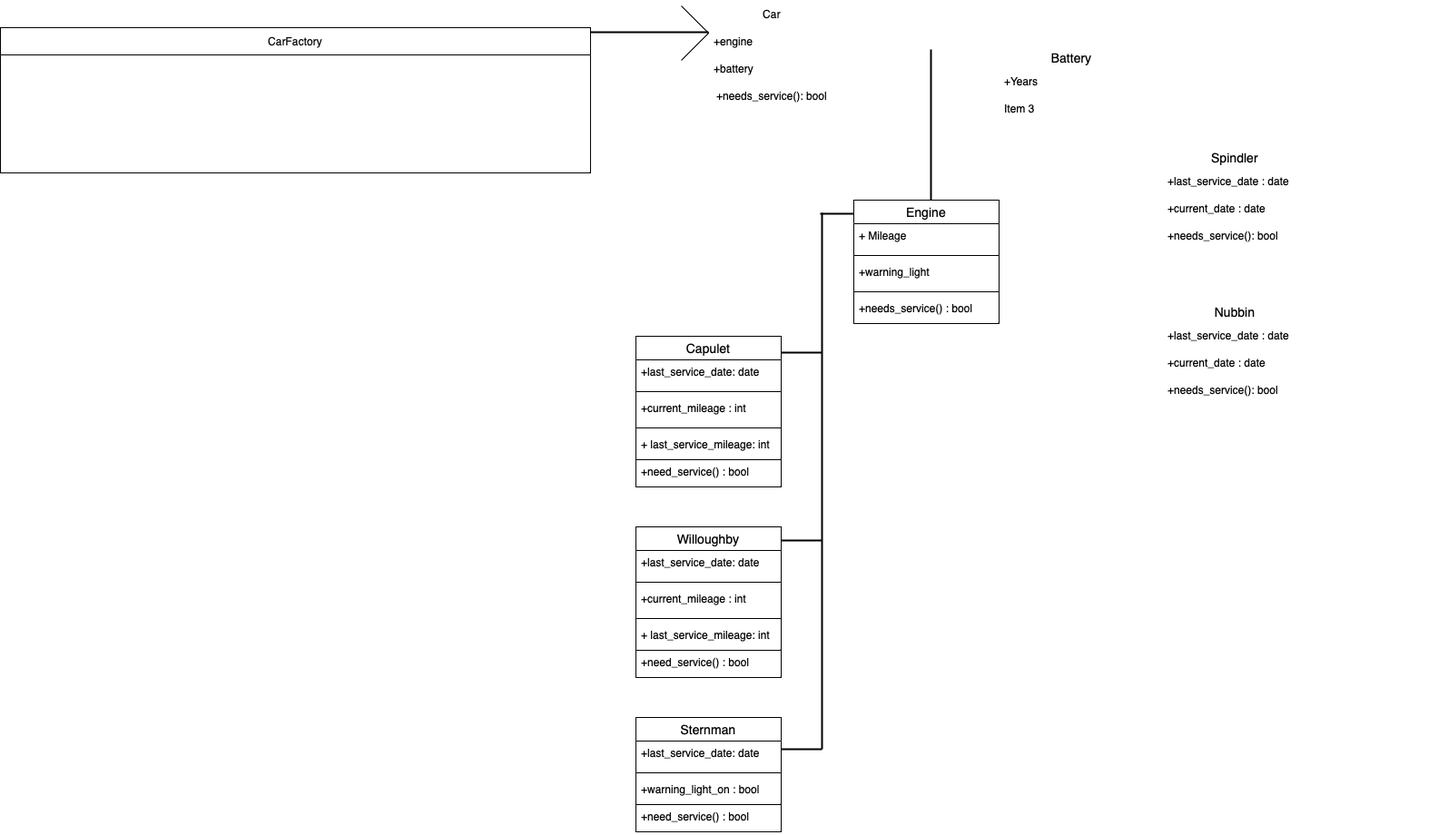
The draw.io diagram car.png in Raman-Lamba/forage-lyft-starter-repo-mycopy, before a commit. Source tidied: cells renumbered, new cells last; positions are measured from the earlier drawing's top-left corner, leaving out a move shared by most shapes.
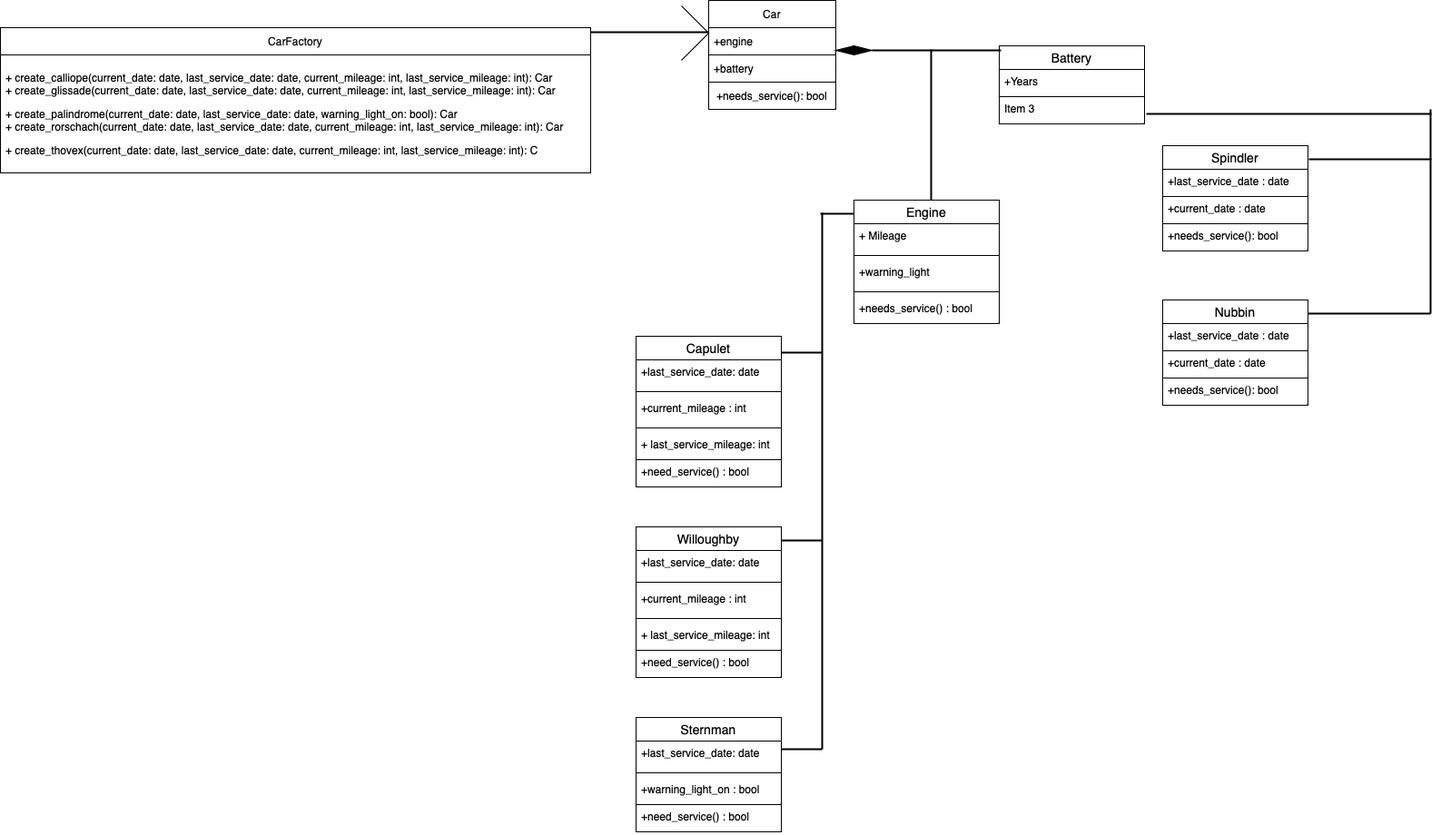
After the commit.

What changed in the source:
```diff
@@ -2,82 +2,82 @@
   <root>
     <mxCell id="0" />
     <mxCell id="1" parent="0" />
-    <mxCell id="2" value="Car" style="swimlane;fontStyle=0;horizontal=1;startSize=30;whiteSpace=wrap;html=1;labelBackgroundColor=none;strokeColor=#FFFFFF;" parent="1" vertex="1">
+    <mxCell id="2" value="Car" style="swimlane;fontStyle=0;horizontal=1;startSize=30;whiteSpace=wrap;html=1;labelBackgroundColor=none;strokeColor=#000000;swimlaneFillColor=none;" parent="1" vertex="1">
       <mxGeometry x="780" width="140" height="90" as="geometry" />
     </mxCell>
-    <mxCell id="3" value="+engine" style="text;fillColor=none;align=left;verticalAlign=middle;spacingLeft=4;spacingRight=4;overflow=hidden;whiteSpace=wrap;html=1;labelBackgroundColor=none;strokeColor=#FFFFFF;" parent="2" vertex="1">
+    <mxCell id="3" value="+engine" style="text;fillColor=none;align=left;verticalAlign=middle;spacingLeft=4;spacingRight=4;overflow=hidden;whiteSpace=wrap;html=1;labelBackgroundColor=none;strokeColor=#000000;swimlaneFillColor=none;" parent="2" vertex="1">
       <mxGeometry y="30" width="140" height="30" as="geometry" />
     </mxCell>
-    <mxCell id="4" value="+battery" style="text;fillColor=none;align=left;verticalAlign=middle;spacingLeft=4;spacingRight=4;overflow=hidden;whiteSpace=wrap;html=1;labelBackgroundColor=none;strokeColor=#FFFFFF;" parent="2" vertex="1">
+    <mxCell id="4" value="+battery" style="text;fillColor=none;align=left;verticalAlign=middle;spacingLeft=4;spacingRight=4;overflow=hidden;whiteSpace=wrap;html=1;labelBackgroundColor=none;strokeColor=#000000;swimlaneFillColor=none;" parent="2" vertex="1">
       <mxGeometry y="60" width="140" height="30" as="geometry" />
     </mxCell>
-    <mxCell id="5" value="+needs_service(): bool" style="rounded=0;whiteSpace=wrap;html=1;labelBackgroundColor=none;strokeColor=#FFFFFF;" parent="1" vertex="1">
+    <mxCell id="5" value="+needs_service(): bool" style="rounded=0;whiteSpace=wrap;html=1;labelBackgroundColor=none;strokeColor=#000000;swimlaneFillColor=none;" parent="1" vertex="1">
       <mxGeometry x="780" y="90" width="140" height="30" as="geometry" />
     </mxCell>
-    <mxCell id="6" style="rhombus;whiteSpace=wrap;html=1;labelBackgroundColor=none;strokeColor=#FFFFFF;" parent="1" vertex="1">
+    <mxCell id="6" style="rhombus;whiteSpace=wrap;html=1;labelBackgroundColor=none;strokeColor=#000000;fillColor=#000000;" parent="1" vertex="1">
       <mxGeometry x="920" y="50" width="40" height="10" as="geometry" />
     </mxCell>
-    <mxCell id="7" value="Battery" style="swimlane;fontStyle=0;horizontal=1;startSize=26;align=center;fontSize=14;labelBackgroundColor=none;strokeColor=#FFFFFF;" parent="1" vertex="1">
+    <mxCell id="7" value="Battery" style="swimlane;fontStyle=0;horizontal=1;startSize=26;align=center;fontSize=14;labelBackgroundColor=none;strokeColor=#000000;" parent="1" vertex="1">
       <mxGeometry x="1100" y="50" width="160" height="86" as="geometry" />
     </mxCell>
-    <mxCell id="8" value="+Years" style="text;fillColor=none;spacingLeft=4;spacingRight=4;overflow=hidden;fontSize=12;whiteSpace=wrap;html=1;labelBackgroundColor=none;strokeColor=#FFFFFF;" parent="7" vertex="1">
+    <mxCell id="8" value="+Years" style="text;fillColor=none;spacingLeft=4;spacingRight=4;overflow=hidden;fontSize=12;whiteSpace=wrap;html=1;labelBackgroundColor=none;strokeColor=#000000;" parent="7" vertex="1">
       <mxGeometry y="26" width="160" height="30" as="geometry" />
     </mxCell>
     <mxCell id="9" style="shape=crossbar;whiteSpace=wrap;html=1;rounded=1;labelBackgroundColor=none;strokeColor=default;fillColor=default;" parent="7" vertex="1">
       <mxGeometry y="56" width="160" as="geometry" />
     </mxCell>
-    <mxCell id="10" value="Item 3" style="text;fillColor=none;spacingLeft=4;spacingRight=4;overflow=hidden;fontSize=12;whiteSpace=wrap;html=1;labelBackgroundColor=none;strokeColor=#FFFFFF;" parent="7" vertex="1">
+    <mxCell id="10" value="Item 3" style="text;fillColor=none;spacingLeft=4;spacingRight=4;overflow=hidden;fontSize=12;whiteSpace=wrap;html=1;labelBackgroundColor=none;strokeColor=#000000;" parent="7" vertex="1">
       <mxGeometry y="56" width="160" height="30" as="geometry" />
     </mxCell>
-    <mxCell id="11" value="Spindler" style="swimlane;fontStyle=0;horizontal=1;startSize=26;align=center;fontSize=14;labelBackgroundColor=none;strokeColor=#FFFFFF;" parent="1" vertex="1">
+    <mxCell id="11" value="Spindler" style="swimlane;fontStyle=0;horizontal=1;startSize=26;align=center;fontSize=14;labelBackgroundColor=none;strokeColor=#000000;" parent="1" vertex="1">
       <mxGeometry x="1280" y="160" width="160" height="116" as="geometry" />
     </mxCell>
-    <mxCell id="12" value="+last_service_date : date" style="text;fillColor=none;spacingLeft=4;spacingRight=4;overflow=hidden;fontSize=12;whiteSpace=wrap;html=1;labelBackgroundColor=none;strokeColor=#FFFFFF;" parent="11" vertex="1">
+    <mxCell id="12" value="+last_service_date : date" style="text;fillColor=none;spacingLeft=4;spacingRight=4;overflow=hidden;fontSize=12;whiteSpace=wrap;html=1;labelBackgroundColor=none;strokeColor=#000000;" parent="11" vertex="1">
       <mxGeometry y="26" width="160" height="30" as="geometry" />
     </mxCell>
-    <mxCell id="13" value="+current_date : date" style="text;fillColor=none;spacingLeft=4;spacingRight=4;overflow=hidden;fontSize=12;whiteSpace=wrap;html=1;labelBackgroundColor=none;strokeColor=#FFFFFF;" parent="11" vertex="1">
+    <mxCell id="13" value="+current_date : date" style="text;fillColor=none;spacingLeft=4;spacingRight=4;overflow=hidden;fontSize=12;whiteSpace=wrap;html=1;labelBackgroundColor=none;strokeColor=#000000;" parent="11" vertex="1">
       <mxGeometry y="56" width="160" height="30" as="geometry" />
     </mxCell>
     <mxCell id="14" style="shape=crossbar;whiteSpace=wrap;html=1;rounded=1;labelBackgroundColor=none;strokeColor=#FFFFFF;" parent="11" vertex="1">
       <mxGeometry y="86" width="160" as="geometry" />
     </mxCell>
-    <mxCell id="15" value="+needs_service(): bool" style="text;fillColor=none;spacingLeft=4;spacingRight=4;overflow=hidden;fontSize=12;whiteSpace=wrap;html=1;labelBackgroundColor=none;strokeColor=#FFFFFF;" parent="11" vertex="1">
+    <mxCell id="15" value="+needs_service(): bool" style="text;fillColor=none;spacingLeft=4;spacingRight=4;overflow=hidden;fontSize=12;whiteSpace=wrap;html=1;labelBackgroundColor=none;strokeColor=#000000;" parent="11" vertex="1">
       <mxGeometry y="86" width="160" height="30" as="geometry" />
     </mxCell>
     <mxCell id="16" style="edgeStyle=orthogonalEdgeStyle;rounded=0;orthogonalLoop=1;jettySize=auto;html=1;exitX=0;exitY=0.5;exitDx=0;exitDy=0;exitPerimeter=0;entryX=0;entryY=0.5;entryDx=0;entryDy=0;entryPerimeter=0;labelBackgroundColor=none;fontColor=default;strokeColor=#FFFFFF;" parent="1" edge="1" source="17" target="17">
       <mxGeometry relative="1" as="geometry" />
     </mxCell>
-    <mxCell id="17" style="line;strokeWidth=2;direction=south;html=1;labelBackgroundColor=none;strokeColor=#FFFFFF;" parent="1" vertex="1">
+    <mxCell id="17" style="line;strokeWidth=2;direction=south;html=1;labelBackgroundColor=none;strokeColor=#000000;" parent="1" vertex="1">
       <mxGeometry x="1570" y="120" width="10" height="225" as="geometry" />
     </mxCell>
-    <mxCell id="18" style="line;strokeWidth=2;html=1;labelBackgroundColor=none;strokeColor=#FFFFFF;" parent="1" vertex="1">
+    <mxCell id="18" style="line;strokeWidth=2;html=1;labelBackgroundColor=none;strokeColor=#000000;" parent="1" vertex="1">
       <mxGeometry x="1441" y="170" width="135" height="10" as="geometry" />
     </mxCell>
-    <mxCell id="19" style="line;strokeWidth=2;html=1;labelBackgroundColor=none;strokeColor=#FFFFFF;" parent="1" vertex="1">
+    <mxCell id="19" style="line;strokeWidth=2;html=1;labelBackgroundColor=none;strokeColor=#000000;" parent="1" vertex="1">
       <mxGeometry x="1440" y="340" width="135" height="10" as="geometry" />
     </mxCell>
-    <mxCell id="20" style="line;strokeWidth=2;html=1;labelBackgroundColor=none;strokeColor=#FFFFFF;" parent="1" vertex="1">
+    <mxCell id="20" style="line;strokeWidth=2;html=1;labelBackgroundColor=none;strokeColor=#000000;" parent="1" vertex="1">
       <mxGeometry x="960" y="50" width="142" height="10" as="geometry" />
     </mxCell>
-    <mxCell id="21" style="line;strokeWidth=2;html=1;labelBackgroundColor=none;strokeColor=#FFFFFF;" parent="1" vertex="1">
+    <mxCell id="21" style="line;strokeWidth=2;html=1;labelBackgroundColor=none;strokeColor=#000000;" parent="1" vertex="1">
       <mxGeometry x="1262" y="120" width="314" height="10" as="geometry" />
     </mxCell>
-    <mxCell id="22" value="Nubbin" style="swimlane;fontStyle=0;horizontal=1;startSize=26;align=center;fontSize=14;labelBackgroundColor=none;strokeColor=#FFFFFF;" parent="1" vertex="1">
+    <mxCell id="22" value="Nubbin" style="swimlane;fontStyle=0;horizontal=1;startSize=26;align=center;fontSize=14;labelBackgroundColor=none;strokeColor=#000000;" parent="1" vertex="1">
       <mxGeometry x="1280" y="330" width="160" height="116" as="geometry" />
     </mxCell>
-    <mxCell id="23" value="+last_service_date : date" style="text;fillColor=none;spacingLeft=4;spacingRight=4;overflow=hidden;fontSize=12;whiteSpace=wrap;html=1;labelBackgroundColor=none;strokeColor=#FFFFFF;" parent="22" vertex="1">
+    <mxCell id="23" value="+last_service_date : date" style="text;fillColor=none;spacingLeft=4;spacingRight=4;overflow=hidden;fontSize=12;whiteSpace=wrap;html=1;labelBackgroundColor=none;strokeColor=#000000;" parent="22" vertex="1">
       <mxGeometry y="26" width="160" height="30" as="geometry" />
     </mxCell>
-    <mxCell id="24" value="+current_date : date" style="text;fillColor=none;spacingLeft=4;spacingRight=4;overflow=hidden;fontSize=12;whiteSpace=wrap;html=1;labelBackgroundColor=none;strokeColor=#FFFFFF;" parent="22" vertex="1">
+    <mxCell id="24" value="+current_date : date" style="text;fillColor=none;spacingLeft=4;spacingRight=4;overflow=hidden;fontSize=12;whiteSpace=wrap;html=1;labelBackgroundColor=none;strokeColor=#000000;" parent="22" vertex="1">
       <mxGeometry y="56" width="160" height="30" as="geometry" />
     </mxCell>
     <mxCell id="25" style="shape=crossbar;whiteSpace=wrap;html=1;rounded=1;labelBackgroundColor=none;strokeColor=#FFFFFF;" parent="22" vertex="1">
       <mxGeometry y="86" width="160" as="geometry" />
     </mxCell>
-    <mxCell id="26" value="+needs_service(): bool" style="text;fillColor=none;spacingLeft=4;spacingRight=4;overflow=hidden;fontSize=12;whiteSpace=wrap;html=1;labelBackgroundColor=none;strokeColor=#FFFFFF;" parent="22" vertex="1">
+    <mxCell id="26" value="+needs_service(): bool" style="text;fillColor=none;spacingLeft=4;spacingRight=4;overflow=hidden;fontSize=12;whiteSpace=wrap;html=1;labelBackgroundColor=none;strokeColor=#000000;" parent="22" vertex="1">
       <mxGeometry y="86" width="160" height="30" as="geometry" />
     </mxCell>
-    <mxCell id="27" style="line;strokeWidth=2;direction=south;html=1;" parent="1" vertex="1">
+    <mxCell id="27" style="line;strokeWidth=2;direction=south;html=1;strokeColor=#000000;" parent="1" vertex="1">
       <mxGeometry x="1020" y="54" width="10" height="170" as="geometry" />
     </mxCell>
     <mxCell id="28" value="Engine" style="swimlane;fontStyle=0;horizontal=1;startSize=26;align=center;fontSize=14;" parent="1" vertex="1">
@@ -173,7 +173,7 @@
     <mxCell id="58" value="CarFactory" style="swimlane;fontStyle=0;horizontal=1;startSize=30;whiteSpace=wrap;html=1;" parent="1" vertex="1">
       <mxGeometry y="30" width="650" height="160" as="geometry" />
     </mxCell>
-    <mxCell id="59" value="&lt;div style=&quot;caret-color: rgb(0, 0, 0);&quot; title=&quot;Page 1&quot; class=&quot;page&quot;&gt;&lt;div class=&quot;layoutArea&quot;&gt;&lt;div class=&quot;column&quot;&gt;&lt;p&gt;&lt;font color=&quot;#ffffff&quot;&gt;+ create_calliope(current_date: date, last_service_date: date, current_mileage: int, last_service_mileage: int): Car&lt;br&gt;+ create_glissade(current_date: date, last_service_date: date, current_mileage: int, last_service_mileage: int): Car&amp;nbsp;&lt;/font&gt;&lt;/p&gt;&lt;p&gt;&lt;font color=&quot;#ffffff&quot;&gt;+ create_palindrome(current_date: date, last_service_date: date, warning_light_on: bool): Car&lt;br&gt;+ create_rorschach(current_date: date, last_service_date: date, current_mileage: int, last_service_mileage: int): Car&lt;/font&gt;&lt;/p&gt;&lt;p&gt;&lt;font color=&quot;#ffffff&quot;&gt;+ create_thovex(current_date: date, last_service_date: date, current_mileage: int, last_service_mileage: int): C&lt;/font&gt;&lt;/p&gt;&lt;/div&gt;&lt;/div&gt;&lt;/div&gt;" style="text;strokeColor=none;fillColor=none;align=left;verticalAlign=middle;spacingLeft=4;spacingRight=4;overflow=hidden;whiteSpace=wrap;html=1;" parent="58" vertex="1">
+    <mxCell id="59" value="&lt;div style=&quot;caret-color: rgb(0, 0, 0);&quot; title=&quot;Page 1&quot; class=&quot;page&quot;&gt;&lt;div class=&quot;layoutArea&quot;&gt;&lt;div class=&quot;column&quot;&gt;&lt;p&gt;+ create_calliope(current_date: date, last_service_date: date, current_mileage: int, last_service_mileage: int): Car&lt;br&gt;+ create_glissade(current_date: date, last_service_date: date, current_mileage: int, last_service_mileage: int): Car&amp;nbsp;&lt;/p&gt;&lt;p&gt;+ create_palindrome(current_date: date, last_service_date: date, warning_light_on: bool): Car&lt;br&gt;+ create_rorschach(current_date: date, last_service_date: date, current_mileage: int, last_service_mileage: int): Car&lt;/p&gt;&lt;p&gt;+ create_thovex(current_date: date, last_service_date: date, current_mileage: int, last_service_mileage: int): C&lt;/p&gt;&lt;/div&gt;&lt;/div&gt;&lt;/div&gt;" style="text;strokeColor=none;fillColor=none;align=left;verticalAlign=middle;spacingLeft=4;spacingRight=4;overflow=hidden;whiteSpace=wrap;html=1;" parent="58" vertex="1">
       <mxGeometry y="30" width="650" height="130" as="geometry" />
     </mxCell>
     <mxCell id="60" style="line;strokeWidth=2;html=1;" parent="1" vertex="1">
```
